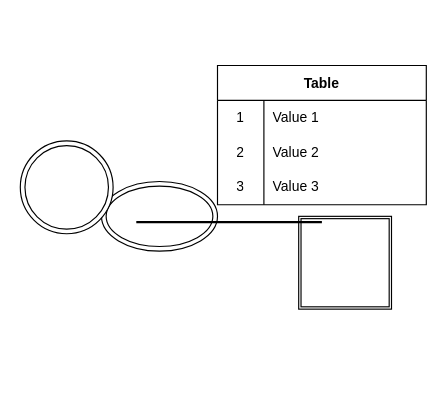
This is src/SnakeLadder/Untitled.drawio from remanx2558/LearningJavaBasics, a draw.io file, before an edit. Source tidied: cells renumbered, new cells numbered last; positions are measured from the earlier drawing's top-left corner, leaving out a move shared by most shapes. Both pictures are drawn from the tidied source at 116%, with x=0, y=0 at pixel (20, 65).
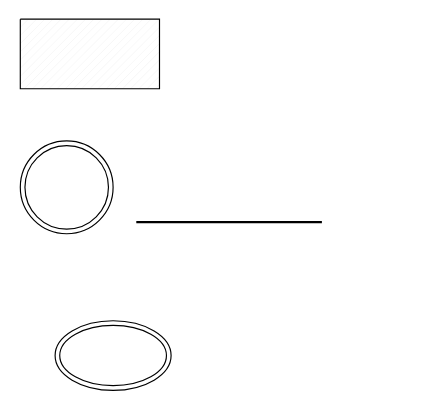
The same diagram, later.

What changed in the source:
```diff
@@
 <mxGraphModel>
   <root>
     <mxCell id="0" />
     <mxCell id="1" parent="0" />
-    <mxCell id="2" style="shape=ext;double=1;whiteSpace=wrap;html=1;" parent="1" vertex="1">
-      <mxGeometry x="240" y="130" width="80" height="80" as="geometry" />
-    </mxCell>
     <mxCell id="3" style="ellipse;shape=doubleEllipse;whiteSpace=wrap;html=1;" parent="1" vertex="1">
-      <mxGeometry x="70" y="100" width="100" height="60" as="geometry" />
+      <mxGeometry x="30" y="220" width="100" height="60" as="geometry" />
     </mxCell>
     <mxCell id="4" style="line;strokeWidth=2;html=1;" parent="1" vertex="1">
       <mxGeometry x="100" y="130" width="160" height="10" as="geometry" />
     </mxCell>
-    <mxCell id="5" value="Table" style="shape=table;startSize=30;childLayout=tableLayout;rowLines=0;fontStyle=1;" parent="1" vertex="1">
-      <mxGeometry x="170" width="180" height="120" as="geometry" />
-    </mxCell>
-    <mxCell id="6" style="shape=tableRow;horizontal=0;startSize=0;swimlaneHead=0;swimlaneBody=0;top=0;left=0;bottom=0;right=0;fillColor=none;" parent="5" vertex="1">
-      <mxGeometry y="30" width="180" height="30" as="geometry" />
-    </mxCell>
-    <mxCell id="7" value="1" style="shape=partialRectangle;html=1;whiteSpace=wrap;fillColor=none;top=0;left=0;bottom=0;right=0;overflow=hidden;" parent="6" vertex="1">
-      <mxGeometry width="40" height="30" as="geometry" />
-    </mxCell>
-    <mxCell id="8" value="Value 1" style="shape=partialRectangle;html=1;whiteSpace=wrap;fillColor=none;top=0;left=0;bottom=0;right=0;align=left;spacingLeft=6;overflow=hidden;" parent="6" vertex="1">
-      <mxGeometry x="40" width="140" height="30" as="geometry" />
-    </mxCell>
-    <mxCell id="9" style="shape=tableRow;horizontal=0;startSize=0;swimlaneHead=0;swimlaneBody=0;top=0;left=0;bottom=0;right=0;fillColor=none;" parent="5" vertex="1">
-      <mxGeometry y="60" width="180" height="30" as="geometry" />
-    </mxCell>
-    <mxCell id="10" value="2" style="shape=partialRectangle;html=1;whiteSpace=wrap;fillColor=none;top=0;left=0;bottom=0;right=0;overflow=hidden;" parent="9" vertex="1">
-      <mxGeometry width="40" height="30" as="geometry" />
-    </mxCell>
-    <mxCell id="11" value="Value 2" style="shape=partialRectangle;html=1;whiteSpace=wrap;fillColor=none;top=0;left=0;bottom=0;right=0;align=left;spacingLeft=6;overflow=hidden;" parent="9" vertex="1">
-      <mxGeometry x="40" width="140" height="30" as="geometry" />
-    </mxCell>
-    <mxCell id="12" style="shape=tableRow;horizontal=0;startSize=0;swimlaneHead=0;swimlaneBody=0;top=0;left=0;bottom=0;right=0;fillColor=none;" parent="5" vertex="1">
-      <mxGeometry y="90" width="180" height="30" as="geometry" />
-    </mxCell>
-    <mxCell id="13" value="3" style="shape=partialRectangle;html=1;whiteSpace=wrap;fillColor=none;top=0;left=0;bottom=0;right=0;overflow=hidden;" parent="12" vertex="1">
-      <mxGeometry width="40" height="30" as="geometry" />
-    </mxCell>
-    <mxCell id="14" value="Value 3" style="shape=partialRectangle;html=1;whiteSpace=wrap;fillColor=none;top=0;left=0;bottom=0;right=0;align=left;spacingLeft=6;overflow=hidden;" parent="12" vertex="1">
-      <mxGeometry x="40" width="140" height="30" as="geometry" />
-    </mxCell>
     <mxCell id="15" style="ellipse;shape=doubleEllipse;whiteSpace=wrap;html=1;" parent="1" vertex="1">
       <mxGeometry y="65" width="80" height="80" as="geometry" />
     </mxCell>
+    <mxCell id="16" style="verticalLabelPosition=bottom;verticalAlign=top;html=1;shape=mxgraph.basic.patternFillRect;fillStyle=diag;step=5;fillStrokeWidth=0.2;fillStrokeColor=#dddddd;" parent="1" vertex="1">
+      <mxGeometry y="-40" width="120" height="60" as="geometry" />
+    </mxCell>
   </root>
 </mxGraphModel>
```
